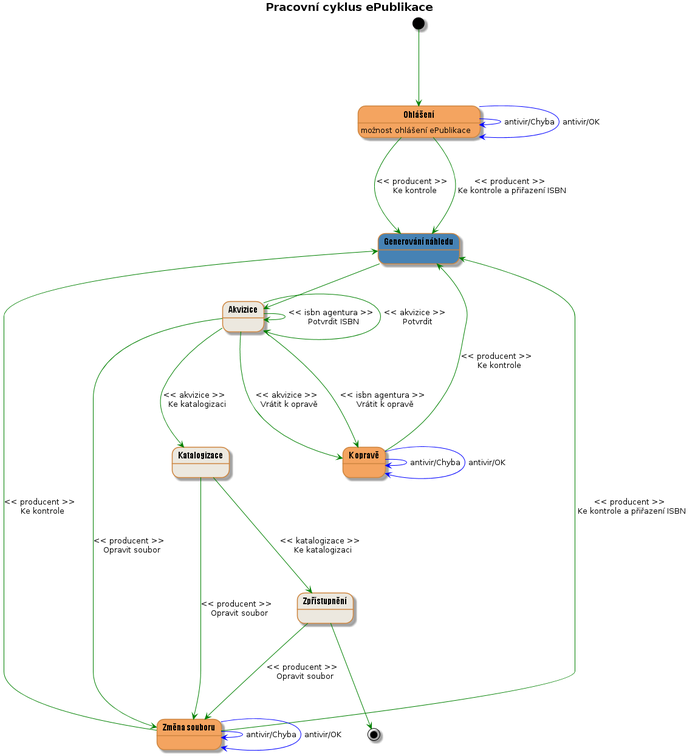
Before: docs/wf02.png, a diagram exported from PlantUML (edeposit/edeposit.policy).
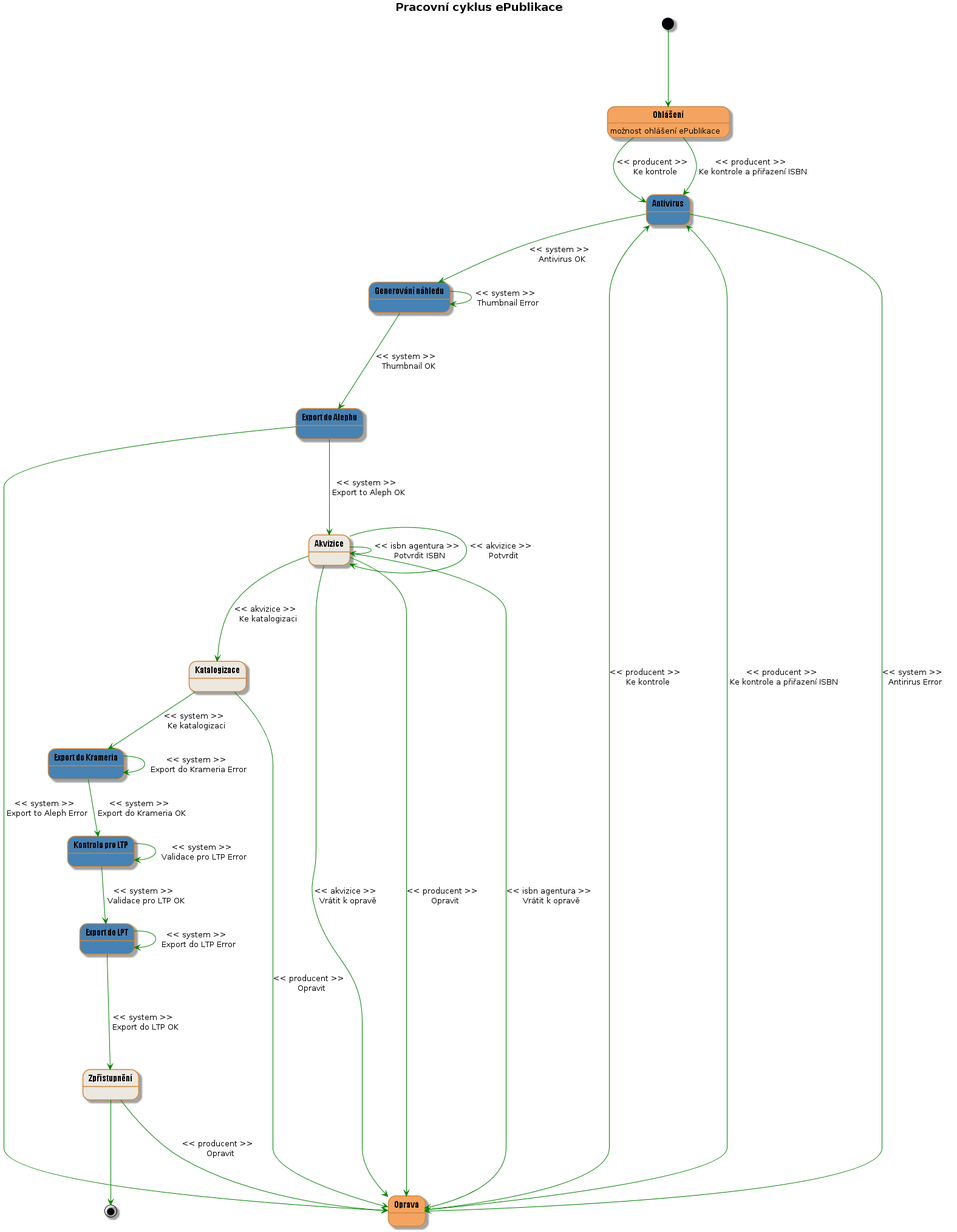
Above is the later version.

What changed in the source:
```diff
@@ -18,37 +18,50 @@
 state "Akvizice" as acquisition #ECE8DF
 state "Katalogizace" as catalogization #ECE8DF
 state "Zp?ístupn?ní" as accessing #ECE8DF
-state "K oprav?" as declarationWithError #SandyBrown
-state "Zm?na souboru" as fileChange #SandyBrown
+state "Oprava" as declarationWithError #SandyBrown
 state "Generování náhledu" as thumbnailGenerating #SteelBlue
+state "Export do Alephu" as exportToAleph #SteelBlue
+state "Antivirus" as antivirus #SteelBlue
+state "Export do Krameria" as exportToKramerius #SteelBlue
+state "Export do LPT" as exportToLTP #SteelBlue
+state "Kontrola pro LTP" as validationForLTP #SteelBlue
 
 [*] ---> declaration
 
-declaration ---> thumbnailGenerating : << producent >> \n Ke kontrole
-declaration ---> thumbnailGenerating : << producent >> \n Ke kontrole a p?i?azení ISBN
-declaration -[#blue]-> declaration : antivir/Chyba
-declaration -[#blue]-> declaration : antivir/OK
+declaration --> antivirus : << producent >> \n Ke kontrole
+declaration --> antivirus : << producent >> \n Ke kontrole a p?i?azení ISBN
 
-thumbnailGenerating --> acquisition
+antivirus --> thumbnailGenerating : << system >> \n Antivirus OK
+antivirus --> declarationWithError : << system >> \n Antirirus Error
+
+thumbnailGenerating ---> exportToAleph : << system >> \n Thumbnail OK
+thumbnailGenerating ---> thumbnailGenerating : << system >> \n Thumbnail Error
+
+exportToAleph ---> acquisition : << system >> \n Export to Aleph OK
+exportToAleph --> declarationWithError : << system >> \n Export to Aleph Error
+
 acquisition ---> declarationWithError : << isbn agentura >> \n Vrátit k oprav?
 acquisition ---> declarationWithError : << akvizice >> \n Vrátit k oprav?
 acquisition ---> acquisition : << isbn agentura >> \n Potvrdit ISBN
 acquisition ---> acquisition : << akvizice >> \n Potvrdit
-declarationWithError ---> thumbnailGenerating : << producent >> \n Ke kontrole
-declarationWithError -[#blue]-> declarationWithError : antivir/Chyba
-declarationWithError -[#blue]-> declarationWithError : antivir/OK
-
+acquisition ---> declarationWithError : << producent >> \n Opravit
 acquisition ---> catalogization : << akvizice >> \n Ke katalogizaci
 
-catalogization ---> accessing : << katalogizace >> \n Ke katalogizaci
-catalogization ---> fileChange : << producent >> \n Opravit soubor
-acquisition ---> fileChange : << producent >> \n Opravit soubor
+declarationWithError ---> antivirus : << producent >> \n Ke kontrole
+declarationWithError ---> antivirus : << producent >> \n Ke kontrole a p?i?azení ISBN
 
-fileChange --> thumbnailGenerating : << producent >> \n Ke kontrole
-fileChange --> thumbnailGenerating : << producent >> \n Ke kontrole a p?i?azení ISBN
-fileChange -[#blue]-> fileChange : antivir/Chyba
-fileChange -[#blue]-> fileChange : antivir/OK
+catalogization --> exportToKramerius : << system >> \n Ke katalogizaci
+catalogization --> declarationWithError : << producent >> \n Opravit
 
-accessing ---> fileChange : << producent >> \n Opravit soubor
+exportToKramerius --> validationForLTP : << system >> \n Export do Krameria OK
+exportToKramerius --> exportToKramerius : << system >> \n Export do Krameria Error
+
+validationForLTP --> exportToLTP : << system >> \n Validace pro LTP OK
+validationForLTP --> validationForLTP : << system >> \n Validace pro LTP Error
+
+exportToLTP ---> accessing : << system >> \n Export do LTP OK
+exportToLTP ---> exportToLTP : << system >> \n Export do LTP Error
+
+accessing ---> declarationWithError : << producent >> \n Opravit
 accessing ---> [*]
 @enduml
```
